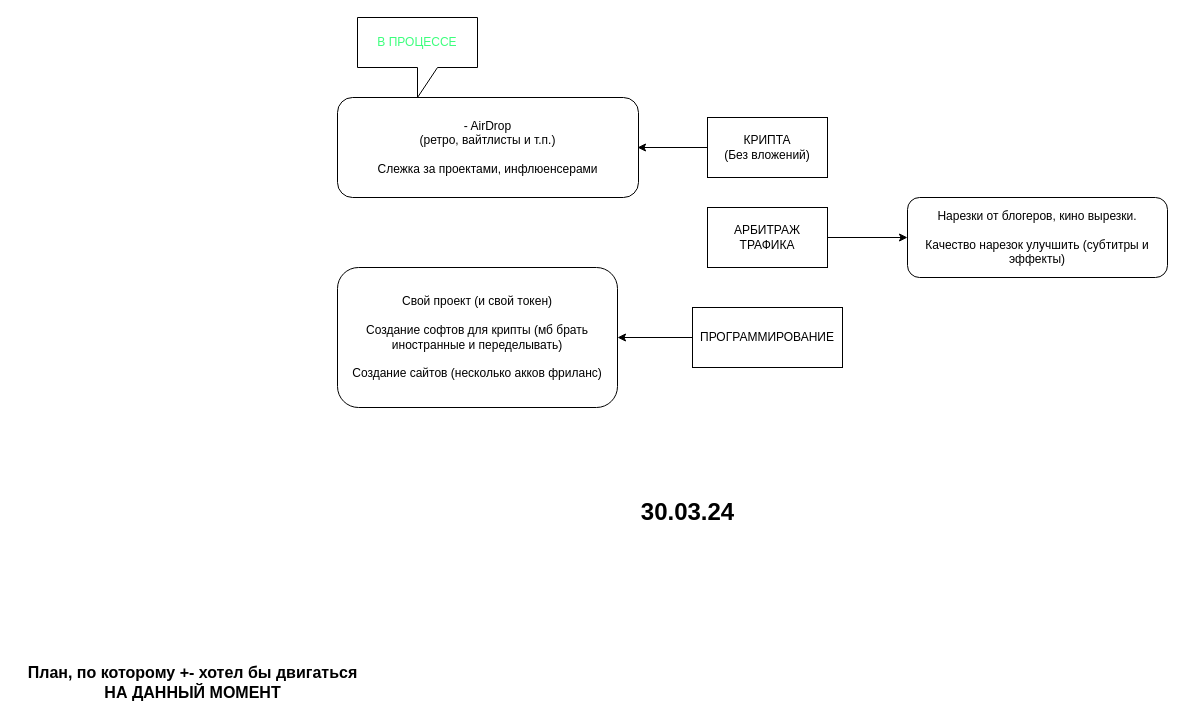
This is Диаграмма без названия.drawio from semVer4/save, a draw.io file, before an edit. Source tidied: cells renumbered, new cells numbered last; positions are measured from the earlier drawing's top-left corner, leaving out a move shared by most shapes. Both pictures are drawn from the tidied source at 100%, with x=0, y=0 at pixel (17, 17).
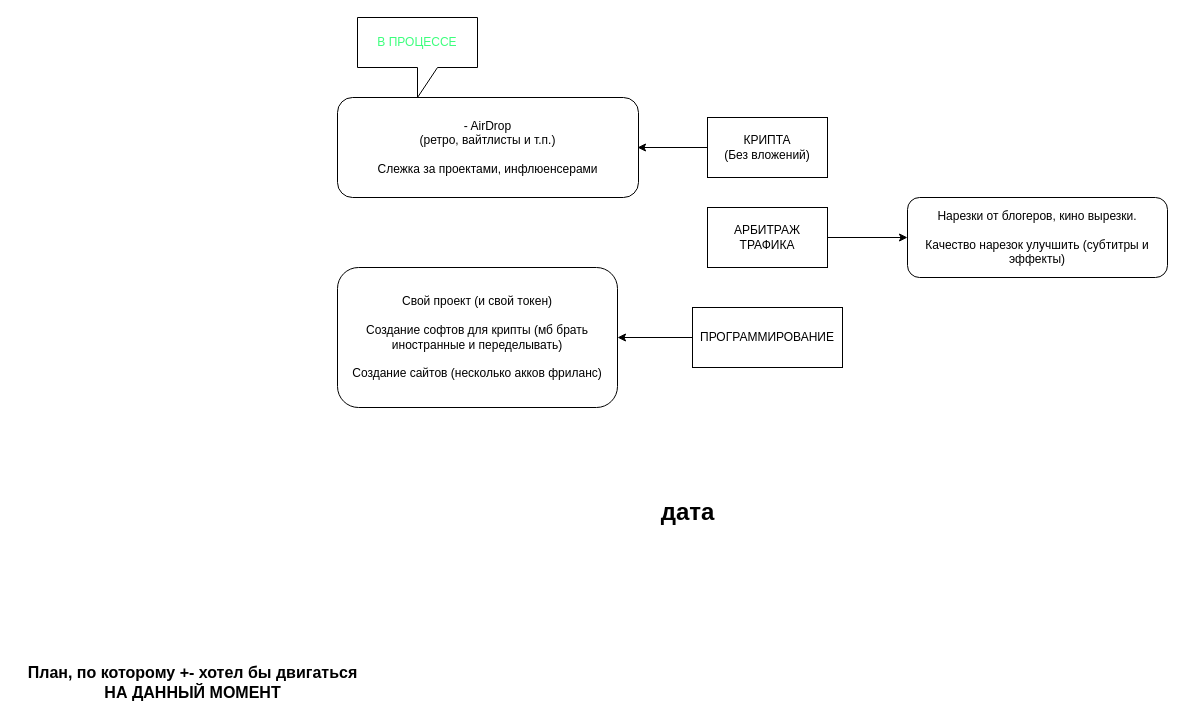
Above is the later version.

What changed in the source:
```diff
@@
 <mxGraphModel>
   <root>
     <mxCell id="0" />
     <mxCell id="1" parent="0" />
     <mxCell id="2" value="КРИПТА&lt;br&gt;(Без вложений)" style="rounded=0;whiteSpace=wrap;html=1;" parent="1" vertex="1">
       <mxGeometry x="690" y="100" width="120" height="60" as="geometry" />
     </mxCell>
     <mxCell id="3" value="АРБИТРАЖ&lt;br&gt;ТРАФИКА" style="rounded=0;whiteSpace=wrap;html=1;" parent="1" vertex="1">
       <mxGeometry x="690" y="190" width="120" height="60" as="geometry" />
     </mxCell>
     <mxCell id="4" value="ПРОГРАММИРОВАНИЕ" style="rounded=0;whiteSpace=wrap;html=1;" parent="1" vertex="1">
       <mxGeometry x="675" y="290" width="150" height="60" as="geometry" />
     </mxCell>
     <mxCell id="5" style="endArrow=classic;html=1;rounded=0;exitX=0;exitY=0.5;exitDx=0;exitDy=0;" parent="1" edge="1" source="2">
       <mxGeometry relative="1" as="geometry">
         <mxPoint x="620" y="130" as="targetPoint" />
       </mxGeometry>
     </mxCell>
     <mxCell id="6" value="- AirDrop &lt;br&gt;(ретро, вайтлисты и т.п.)&lt;br&gt;&lt;br&gt;Слежка за проектами, инфлюенсерами" style="rounded=1;whiteSpace=wrap;html=1;" parent="1" vertex="1">
       <mxGeometry x="320" y="80" width="301" height="100" as="geometry" />
     </mxCell>
     <mxCell id="7" style="endArrow=classic;html=1;rounded=0;exitX=1;exitY=0.5;exitDx=0;exitDy=0;" parent="1" edge="1" source="3">
       <mxGeometry relative="1" as="geometry">
         <mxPoint x="890" y="220" as="targetPoint" />
         <Array as="points">
           <mxPoint x="890" y="220" />
         </Array>
       </mxGeometry>
     </mxCell>
     <mxCell id="8" value="Нарезки от блогеров, кино вырезки.&lt;br&gt;&lt;br&gt;Качество нарезок улучшить (субтитры и эффекты)" style="rounded=1;whiteSpace=wrap;html=1;" parent="1" vertex="1">
       <mxGeometry x="890" y="180" width="260" height="80" as="geometry" />
     </mxCell>
     <mxCell id="9" style="endArrow=classic;html=1;rounded=0;exitX=0;exitY=0.5;exitDx=0;exitDy=0;" parent="1" edge="1" source="4">
       <mxGeometry relative="1" as="geometry">
         <mxPoint x="600" y="320" as="targetPoint" />
       </mxGeometry>
     </mxCell>
     <mxCell id="10" value="Свой проект (и свой токен)&lt;br&gt;&lt;br&gt;Создание софтов для крипты (мб брать иностранные и переделывать)&lt;br&gt;&lt;br&gt;Создание сайтов (несколько акков фриланс)" style="rounded=1;whiteSpace=wrap;html=1;" parent="1" vertex="1">
       <mxGeometry x="320" y="250" width="280" height="140" as="geometry" />
     </mxCell>
-    <mxCell id="11" value="&lt;h1&gt;&lt;b&gt;30.03.24&lt;/b&gt;&lt;/h1&gt;" style="text;html=1;align=center;verticalAlign=middle;strokeColor=none;fillColor=none;" parent="1" vertex="1">
-      <mxGeometry x="610" y="460" width="120" height="70" as="geometry" />
+    <mxCell id="11" value="&lt;h1&gt;дата&lt;/h1&gt;" style="text;html=1;align=center;verticalAlign=middle;strokeColor=none;fillColor=none;" parent="1" vertex="1">
+      <mxGeometry x="630" y="460" width="80" height="70" as="geometry" />
     </mxCell>
     <mxCell id="12" value="&lt;font color=&quot;#3bff7c&quot;&gt;В ПРОЦЕССЕ&lt;/font&gt;" style="shape=callout;whiteSpace=wrap;html=1;perimeter=calloutPerimeter;" parent="1" vertex="1">
       <mxGeometry x="340" width="120" height="80" as="geometry" />
     </mxCell>
     <mxCell id="13" value="&lt;b&gt;&lt;font style=&quot;font-size: 16px;&quot;&gt;План, по которому +- хотел бы двигаться&lt;/font&gt;&lt;/b&gt;&lt;div&gt;&lt;b&gt;&lt;font style=&quot;font-size: 16px;&quot;&gt;НА ДАННЫЙ МОМЕНТ&lt;/font&gt;&lt;/b&gt;&lt;/div&gt;" style="text;html=1;align=center;verticalAlign=middle;strokeColor=none;fillColor=none;" parent="1" vertex="1">
       <mxGeometry y="640" width="350" height="50" as="geometry" />
     </mxCell>
   </root>
 </mxGraphModel>
```
